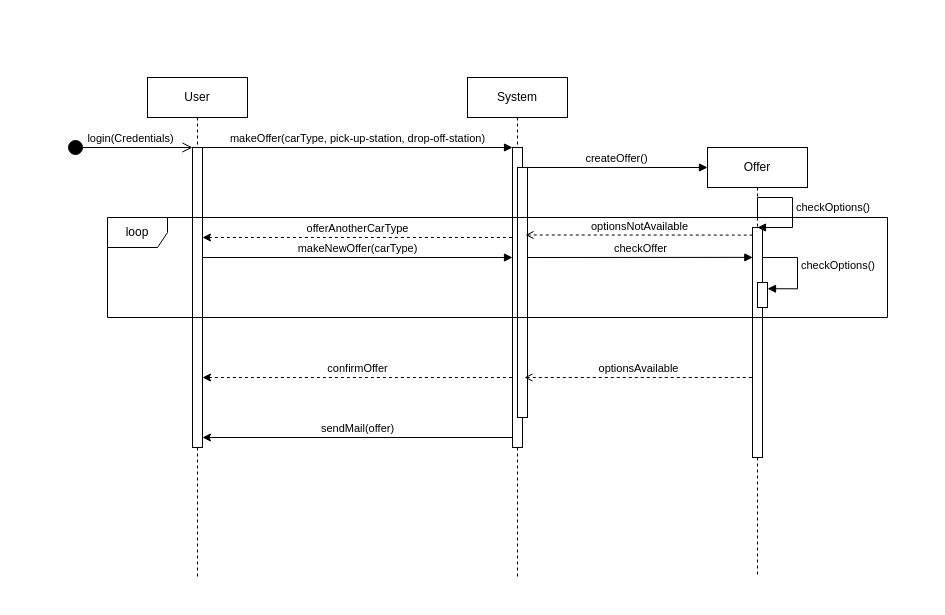
Before: diagrams/B1/B1_Offer.drawio in Lenni528/UMLions, a draw.io diagram. Source tidied: cells renumbered, new cells numbered last; positions are measured from the earlier drawing's top-left corner, leaving out a move shared by most shapes. Both pictures are drawn from the tidied source at 100%, with x=0, y=0 at pixel (67, 77).
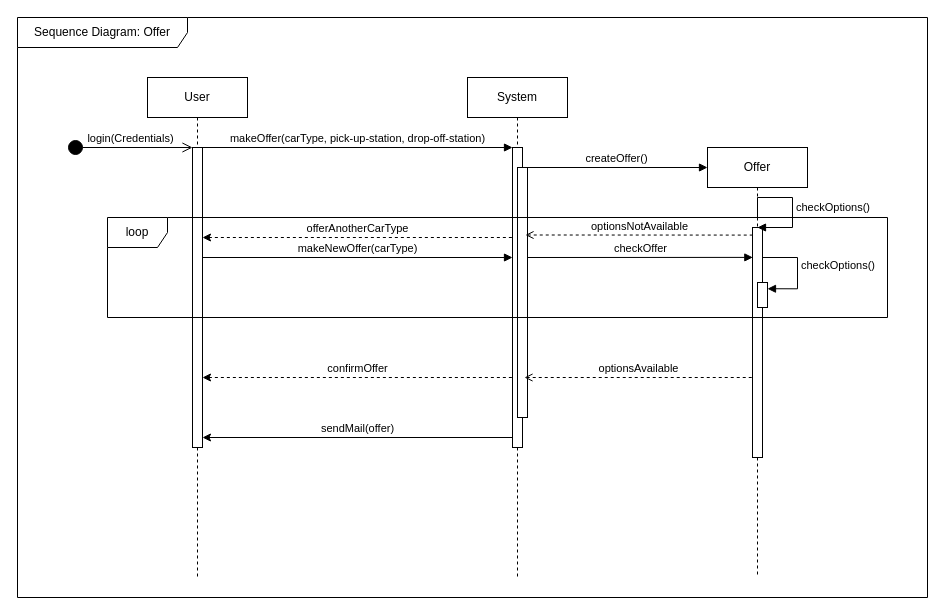
The same diagram, later.

Change to the diagram source:
```diff
@@
+    <mxCell id="23" value="Sequence Diagram: Offer" style="shape=umlFrame;whiteSpace=wrap;html=1;width=170;height=30;" parent="1" vertex="1">
+      <mxGeometry x="-50" y="-60" width="910" height="580" as="geometry" />
+    </mxCell>
```
